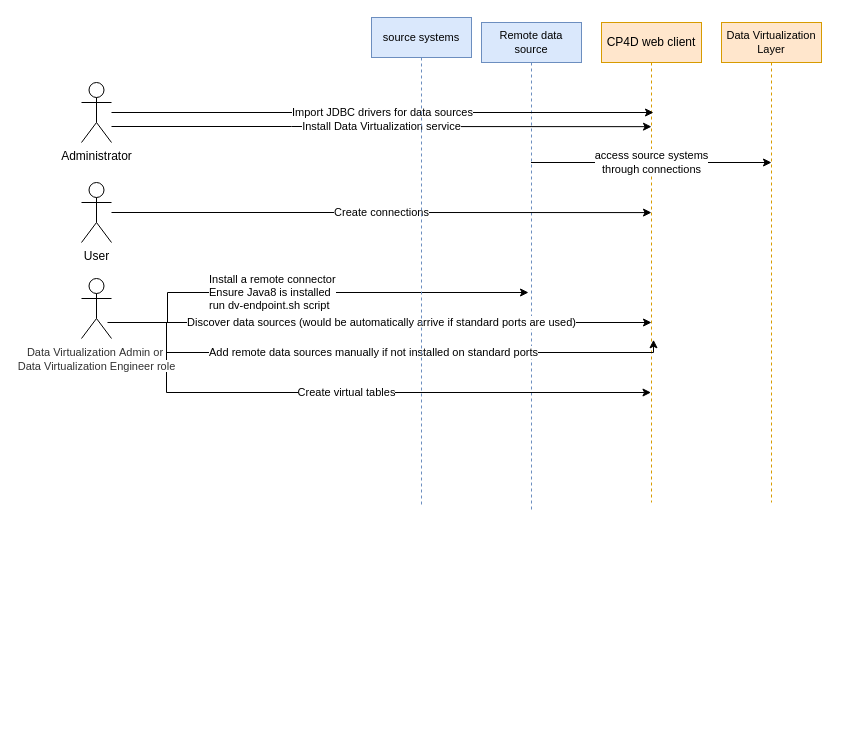
The draw.io diagram dv.drawio in kanchantewary/CloudPakForData, before the edit. Source tidied: cells renumbered, new cells numbered last; positions are measured from the earlier drawing's top-left corner, leaving out a move shared by most shapes. Both pictures are drawn from the tidied source at 100%, with x=0, y=0 at pixel (81, 17).
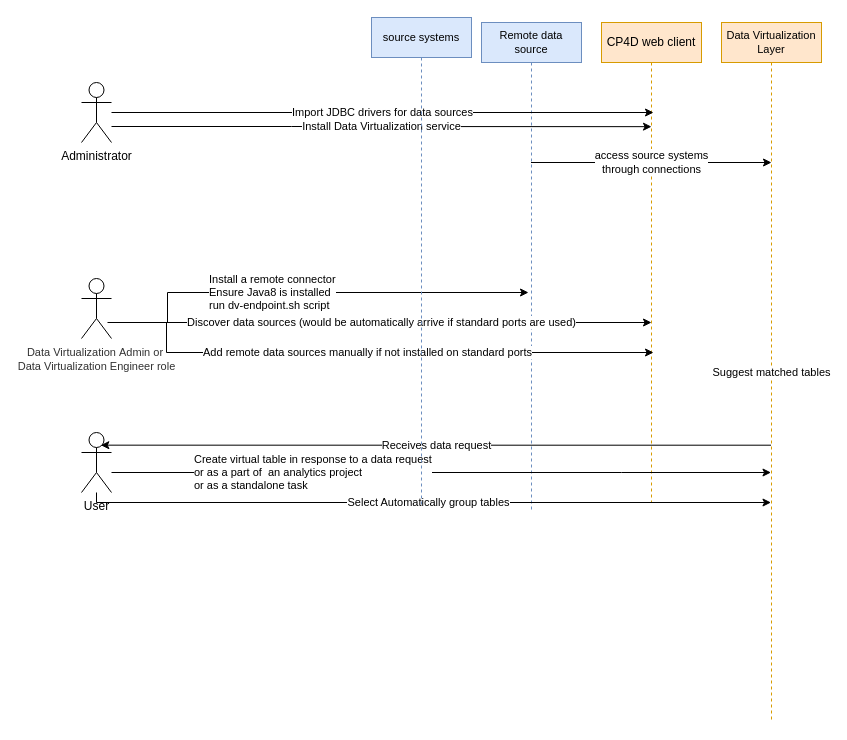
After the change.

The change refers to these unchanged cells:
```xml
<mxCell id="2" value="CP4D web client" style="shape=umlLifeline;perimeter=lifelinePerimeter;whiteSpace=wrap;html=1;outlineConnect=0;fillColor=#ffe6cc;strokeColor=#d79b00;" parent="1" vertex="1">
  <mxGeometry x="520" y="5" width="100" height="480" as="geometry" />
</mxCell>
<mxCell id="15" value="&lt;font style=&quot;font-size: 11px&quot;&gt;&lt;span class=&quot;keyword&quot; style=&quot;margin: 0px ; padding: 0px ; border: 0px ; vertical-align: baseline ; color: rgb(50 , 50 , 50) ; font-family: , &amp;#34;helvetica neue&amp;#34; , &amp;#34;arial&amp;#34; , sans-serif ; background-color: rgb(255 , 255 , 255)&quot;&gt;Data Virtualization&lt;/span&gt;&lt;span style=&quot;color: rgb(50 , 50 , 50) ; font-family: , &amp;#34;helvetica neue&amp;#34; , &amp;#34;arial&amp;#34; , sans-serif ; background-color: rgb(255 , 255 , 255)&quot;&gt;&amp;nbsp;Admin or&amp;nbsp;&lt;br&gt;&lt;/span&gt;&lt;span class=&quot;keyword&quot; style=&quot;margin: 0px ; padding: 0px ; border: 0px ; vertical-align: baseline ; color: rgb(50 , 50 , 50) ; font-family: , &amp;#34;helvetica neue&amp;#34; , &amp;#34;arial&amp;#34; , sans-serif ; background-color: rgb(255 , 255 , 255)&quot;&gt;Data Virtualization&lt;/span&gt;&lt;span style=&quot;color: rgb(50 , 50 , 50) ; font-family: , &amp;#34;helvetica neue&amp;#34; , &amp;#34;arial&amp;#34; , sans-serif ; background-color: rgb(255 , 255 , 255)&quot;&gt;&amp;nbsp;Engineer role&lt;/span&gt;&lt;/font&gt;" style="shape=umlActor;verticalLabelPosition=bottom;verticalAlign=top;html=1;outlineConnect=0;" parent="1" vertex="1">
  <mxGeometry y="261" width="30" height="60" as="geometry" />
</mxCell>
```

Change to the diagram source:
```diff
@@
+    <mxCell id="17" value="Receives data request" style="edgeStyle=orthogonalEdgeStyle;rounded=0;jettySize=auto;html=1;entryX=0.644;entryY=0.211;entryDx=0;entryDy=0;entryPerimeter=0;" parent="1" edge="1" source="3" target="11">
+      <mxGeometry relative="1" as="geometry">
+        <Array as="points">
+          <mxPoint x="335" y="428" />
+        </Array>
+      </mxGeometry>
+    </mxCell>
     <mxCell id="3" value="Data Virtualization Layer" style="shape=umlLifeline;perimeter=lifelinePerimeter;whiteSpace=wrap;html=1;outlineConnect=0;fillColor=#ffe6cc;strokeColor=#d79b00;fontSize=11;" parent="1" vertex="1">
-      <mxGeometry x="640" y="5" width="100" height="480" as="geometry" />
+      <mxGeometry x="640" y="5" width="100" height="700" as="geometry" />
     </mxCell>
@@
-    <mxCell id="10" value="Create connections" style="edgeStyle=orthogonalEdgeStyle;rounded=0;jettySize=auto;html=1;entryX=0.5;entryY=0.396;entryDx=0;entryDy=0;entryPerimeter=0;" parent="1" edge="1" source="11" target="2">
-      <mxGeometry relative="1" as="geometry" />
+    <mxCell id="10" value="Create virtual table in response to a data request&lt;br&gt;or as a part of&amp;nbsp; an analytics project&lt;br&gt;or as a standalone task" style="edgeStyle=orthogonalEdgeStyle;rounded=0;jettySize=auto;html=1;align=left;" parent="1" edge="1" source="11" target="3">
+      <mxGeometry x="0.55" y="-430" relative="1" as="geometry">
+        <Array as="points">
+          <mxPoint x="540" y="455" />
+          <mxPoint x="540" y="455" />
+        </Array>
+        <mxPoint x="-430" y="-430" as="offset" />
+      </mxGeometry>
     </mxCell>
+    <mxCell id="18" value="Select Automatically group tables" style="edgeStyle=orthogonalEdgeStyle;rounded=0;jettySize=auto;html=1;" parent="1" edge="1" source="11" target="3">
+      <mxGeometry relative="1" as="geometry">
+        <Array as="points">
+          <mxPoint x="15" y="485" />
+        </Array>
+      </mxGeometry>
+    </mxCell>
     <mxCell id="11" value="User" style="shape=umlActor;verticalLabelPosition=bottom;verticalAlign=top;html=1;outlineConnect=0;" parent="1" vertex="1">
-      <mxGeometry y="165" width="30" height="60" as="geometry" />
+      <mxGeometry y="415" width="30" height="60" as="geometry" />
     </mxCell>
-    <mxCell id="12" value="Create virtual tables" style="edgeStyle=orthogonalEdgeStyle;rounded=0;jettySize=auto;html=1;" parent="1" edge="1" source="15" target="2">
-      <mxGeometry relative="1" as="geometry">
-        <Array as="points">
-          <mxPoint x="85" y="305" />
-          <mxPoint x="85" y="375" />
-        </Array>
-      </mxGeometry>
-    </mxCell>
@@
-    <mxCell id="14" value="Add remote data sources manually if not installed on standard ports" style="edgeStyle=orthogonalEdgeStyle;rounded=0;jettySize=auto;html=1;entryX=0.52;entryY=0.661;entryDx=0;entryDy=0;entryPerimeter=0;" parent="1" edge="1" source="15" target="2">
+    <mxCell id="14" value="Add remote data sources manually if not installed on standard ports" style="edgeStyle=orthogonalEdgeStyle;rounded=0;jettySize=auto;html=1;" parent="1" edge="1" source="15">
       <mxGeometry relative="1" as="geometry">
+        <mxPoint x="572" y="335" as="targetPoint" />
         <Array as="points">
           <mxPoint x="85" y="305" />
           <mxPoint x="85" y="335" />
           <mxPoint x="572" y="335" />
         </Array>
       </mxGeometry>
     </mxCell>
@@
+    <mxCell id="19" value="Suggest matched tables" style="edgeStyle=orthogonalEdgeStyle;rounded=0;orthogonalLoop=1;jettySize=auto;html=1;" parent="1" edge="1" source="3" target="3">
+      <mxGeometry relative="1" as="geometry">
+        <Array as="points">
+          <mxPoint x="740" y="495" />
+          <mxPoint x="740" y="535" />
+        </Array>
+      </mxGeometry>
+    </mxCell>
```
